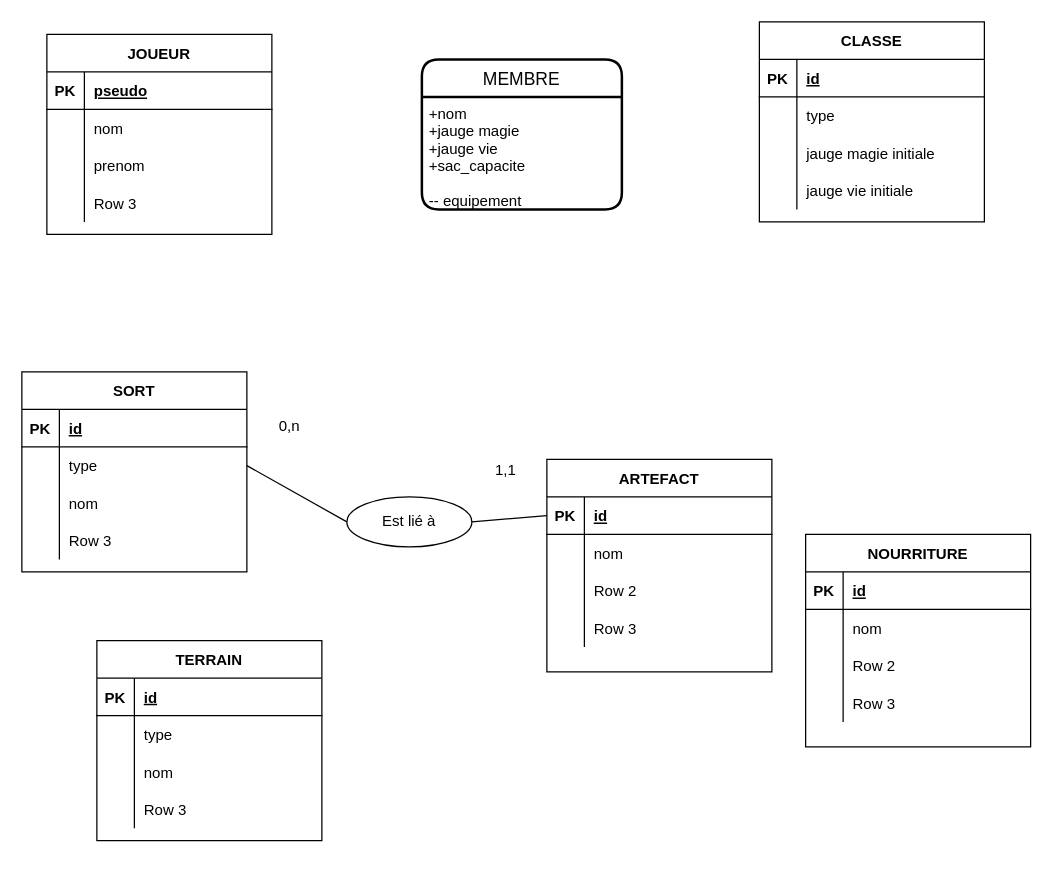
Earlier version of the draw.io diagram Untitled Diagram.drawio (aurao22/projet_magicien). Source tidied: cells renumbered, new cells numbered last; positions are measured from the earlier drawing's top-left corner, leaving out a move shared by most shapes. Both pictures are drawn from the tidied source at 125%, with x=0, y=0 at pixel (21, 21).
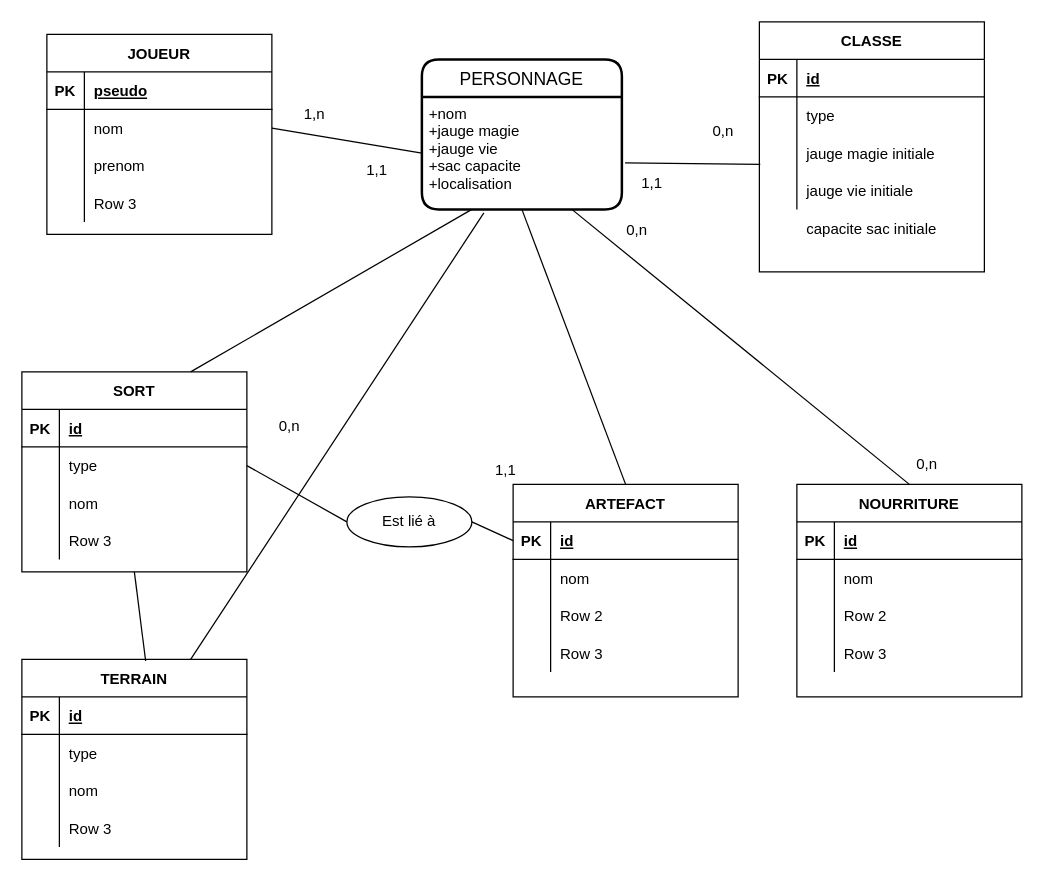
After the change.

The change refers to these unchanged cells:
```xml
<mxCell id="6" style="shape=tableRow;horizontal=0;startSize=0;swimlaneHead=0;swimlaneBody=0;fillColor=none;points=[[0,0.5],[1,0.5]];portConstraint=eastwest;top=0;left=0;right=0;bottom=0;" parent="2" vertex="1">
  <mxGeometry y="60" width="180" height="30" as="geometry" />
</mxCell>
<mxCell id="22" style="shape=tableRow;horizontal=0;startSize=0;swimlaneHead=0;swimlaneBody=0;fillColor=none;points=[[0,0.5],[1,0.5]];portConstraint=eastwest;top=0;left=0;right=0;bottom=0;" parent="15" vertex="1">
  <mxGeometry y="90" width="180" height="30" as="geometry" />
</mxCell>
<mxCell id="30" value="SORT" style="shape=table;startSize=30;childLayout=tableLayout;rowLines=0;fontStyle=1;align=center;" parent="1" vertex="1">
  <mxGeometry y="280" width="180" height="160" as="geometry" />
</mxCell>
```

Diff of the diagram source:
```diff
@@
     <mxCell id="15" value="CLASSE" style="shape=table;startSize=30;childLayout=tableLayout;rowLines=0;fontStyle=1;align=center;" parent="1" vertex="1">
-      <mxGeometry x="590" width="180" height="160" as="geometry" />
+      <mxGeometry x="590" width="180" height="200" as="geometry" />
     </mxCell>
@@
-    <mxCell id="28" value="MEMBRE" style="swimlane;horizontal=1;startSize=30;rounded=1;fontSize=14;fontStyle=0;strokeWidth=2;shadow=0;dashed=0;align=center;" parent="1" vertex="1">
+    <mxCell id="28" value="PERSONNAGE" style="swimlane;horizontal=1;startSize=30;rounded=1;fontSize=14;fontStyle=0;strokeWidth=2;shadow=0;dashed=0;align=center;" parent="1" vertex="1">
       <mxGeometry x="320" y="30" width="160" height="120" as="geometry" />
     </mxCell>
-    <mxCell id="29" value="+nom&#10;+jauge magie&#10;+jauge vie&#10;+sac_capacite&#10;&#10;-- equipement&#10;" style="align=left;strokeColor=none;fillColor=none;spacingLeft=4;fontSize=12;verticalAlign=top;" parent="28" vertex="1">
+    <mxCell id="29" value="+nom&#10;+jauge magie&#10;+jauge vie&#10;+sac capacite&#10;+localisation&#10;" style="align=left;strokeColor=none;fillColor=none;spacingLeft=4;fontSize=12;verticalAlign=top;" parent="28" vertex="1">
       <mxGeometry y="30" width="160" height="90" as="geometry" />
     </mxCell>
@@
     <mxCell id="43" value="TERRAIN" style="shape=table;startSize=30;childLayout=tableLayout;rowLines=0;fontStyle=1;align=center;" parent="1" vertex="1">
-      <mxGeometry x="60" y="495" width="180" height="160" as="geometry" />
+      <mxGeometry y="510" width="180" height="160" as="geometry" />
     </mxCell>
@@
     <mxCell id="56" value="ARTEFACT" style="shape=table;startSize=30;childLayout=tableLayout;rowLines=0;fontStyle=1;align=center;" parent="1" vertex="1">
-      <mxGeometry x="420" y="350" width="180" height="170" as="geometry" />
+      <mxGeometry x="393" y="370" width="180" height="170" as="geometry" />
     </mxCell>
@@
     <mxCell id="69" value="NOURRITURE" style="shape=table;startSize=30;childLayout=tableLayout;rowLines=0;fontStyle=1;align=center;" parent="1" vertex="1">
-      <mxGeometry x="627" y="410" width="180" height="170" as="geometry" />
+      <mxGeometry x="620" y="370" width="180" height="170" as="geometry" />
     </mxCell>
@@
+    <mxCell id="87" value="capacite sac initiale" style="shape=partialRectangle;fillColor=none;top=0;left=0;bottom=0;right=0;align=left;spacingLeft=6;overflow=hidden;" parent="1" vertex="1">
+      <mxGeometry x="620" y="150" width="150" height="30" as="geometry" />
+    </mxCell>
+    <mxCell id="88" style="endArrow=none;html=1;rounded=0;entryX=0.5;entryY=1;entryDx=0;entryDy=0;exitX=0.5;exitY=0;exitDx=0;exitDy=0;" parent="1" edge="1" source="56" target="29">
+      <mxGeometry relative="1" as="geometry" />
+    </mxCell>
+    <mxCell id="89" style="endArrow=none;html=1;rounded=0;entryX=0.75;entryY=1;entryDx=0;entryDy=0;exitX=0.5;exitY=0;exitDx=0;exitDy=0;" parent="1" edge="1" source="69" target="29">
+      <mxGeometry relative="1" as="geometry" />
+    </mxCell>
+    <mxCell id="90" style="endArrow=none;html=1;rounded=0;entryX=0.25;entryY=1;entryDx=0;entryDy=0;exitX=0.75;exitY=0;exitDx=0;exitDy=0;" parent="1" edge="1" source="30" target="29">
+      <mxGeometry relative="1" as="geometry" />
+    </mxCell>
+    <mxCell id="91" style="endArrow=none;html=1;rounded=0;entryX=0.5;entryY=1;entryDx=0;entryDy=0;exitX=0.55;exitY=0.008;exitDx=0;exitDy=0;exitPerimeter=0;" parent="1" edge="1" source="43" target="30">
+      <mxGeometry relative="1" as="geometry" />
+    </mxCell>
+    <mxCell id="92" style="endArrow=none;html=1;rounded=0;exitX=0.75;exitY=0;exitDx=0;exitDy=0;entryX=0.31;entryY=1.031;entryDx=0;entryDy=0;entryPerimeter=0;" parent="1" edge="1" source="43" target="29">
+      <mxGeometry relative="1" as="geometry" />
+    </mxCell>
+    <mxCell id="93" style="endArrow=none;html=1;rounded=0;exitX=1;exitY=0.5;exitDx=0;exitDy=0;entryX=0;entryY=0.5;entryDx=0;entryDy=0;" parent="1" edge="1" source="6" target="29">
+      <mxGeometry relative="1" as="geometry" />
+    </mxCell>
+    <mxCell id="94" style="endArrow=none;html=1;rounded=0;exitX=0.004;exitY=0.798;exitDx=0;exitDy=0;entryX=1.016;entryY=0.586;entryDx=0;entryDy=0;entryPerimeter=0;exitPerimeter=0;" parent="1" edge="1" source="22" target="29">
+      <mxGeometry relative="1" as="geometry" />
+    </mxCell>
+    <mxCell id="95" value="1,1" style="text;strokeColor=none;fillColor=none;spacingLeft=4;spacingRight=4;overflow=hidden;fontSize=12;" parent="1" vertex="1">
+      <mxGeometry x="270" y="105" width="40" height="30" as="geometry" />
+    </mxCell>
+    <mxCell id="96" value="0,n" style="text;strokeColor=none;fillColor=none;spacingLeft=4;spacingRight=4;overflow=hidden;fontSize=12;" parent="1" vertex="1">
+      <mxGeometry x="547" y="74" width="40" height="30" as="geometry" />
+    </mxCell>
+    <mxCell id="97" value="1,n" style="text;strokeColor=none;fillColor=none;spacingLeft=4;spacingRight=4;overflow=hidden;fontSize=12;" parent="1" vertex="1">
+      <mxGeometry x="220" y="60" width="40" height="30" as="geometry" />
+    </mxCell>
+    <mxCell id="98" value="1,1" style="text;strokeColor=none;fillColor=none;spacingLeft=4;spacingRight=4;overflow=hidden;fontSize=12;" parent="1" vertex="1">
+      <mxGeometry x="490" y="115" width="40" height="30" as="geometry" />
+    </mxCell>
+    <mxCell id="99" value="0,n" style="text;strokeColor=none;fillColor=none;spacingLeft=4;spacingRight=4;overflow=hidden;fontSize=12;" parent="1" vertex="1">
+      <mxGeometry x="478" y="153" width="40" height="30" as="geometry" />
+    </mxCell>
+    <mxCell id="100" value="0,n" style="text;strokeColor=none;fillColor=none;spacingLeft=4;spacingRight=4;overflow=hidden;fontSize=12;" parent="1" vertex="1">
+      <mxGeometry x="710" y="340" width="40" height="30" as="geometry" />
+    </mxCell>
```
